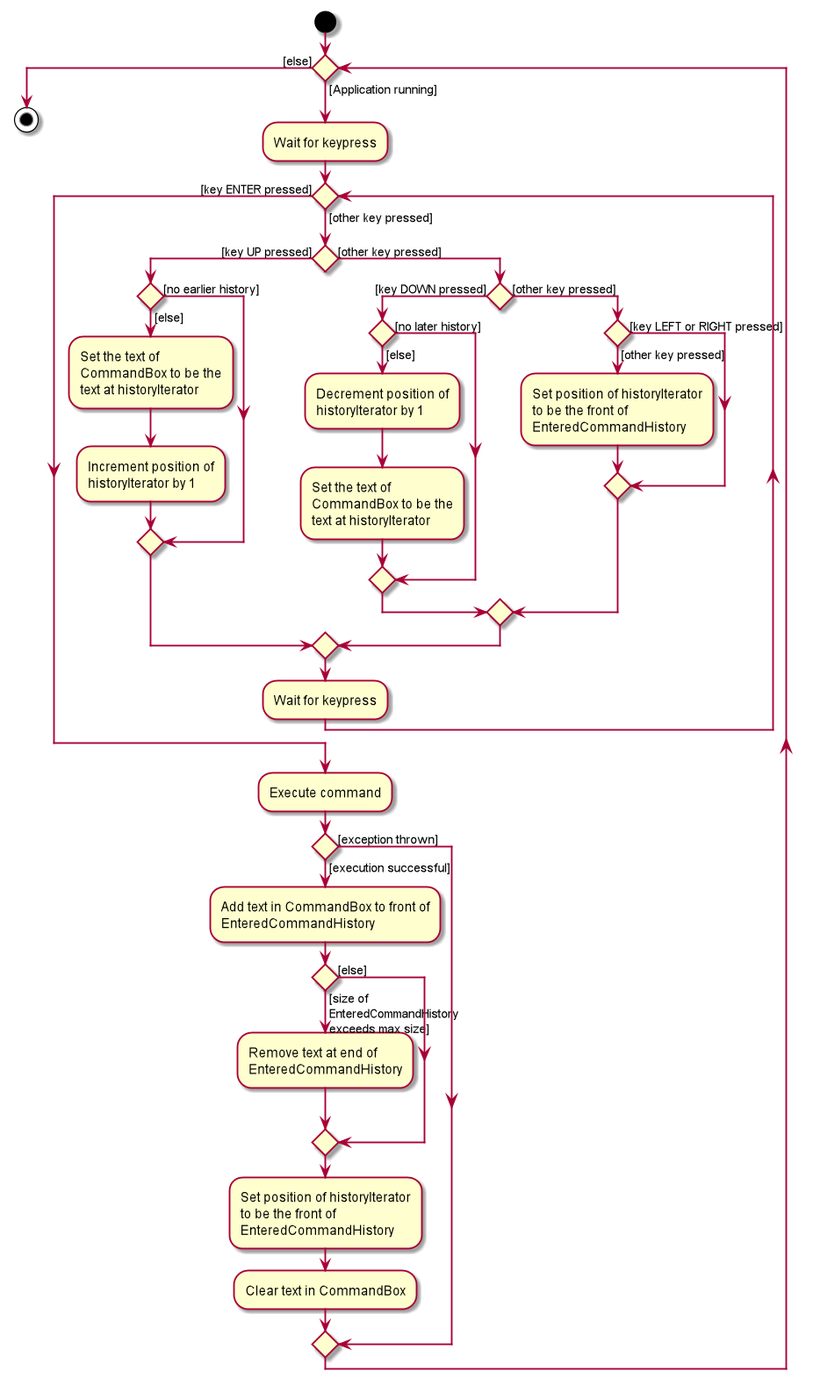
AY1920S2-CS2103T-F10-2/main keeps this PlantUML diagram as images/CommandHistoryActivityDiagram.png. Above is the earlier version.
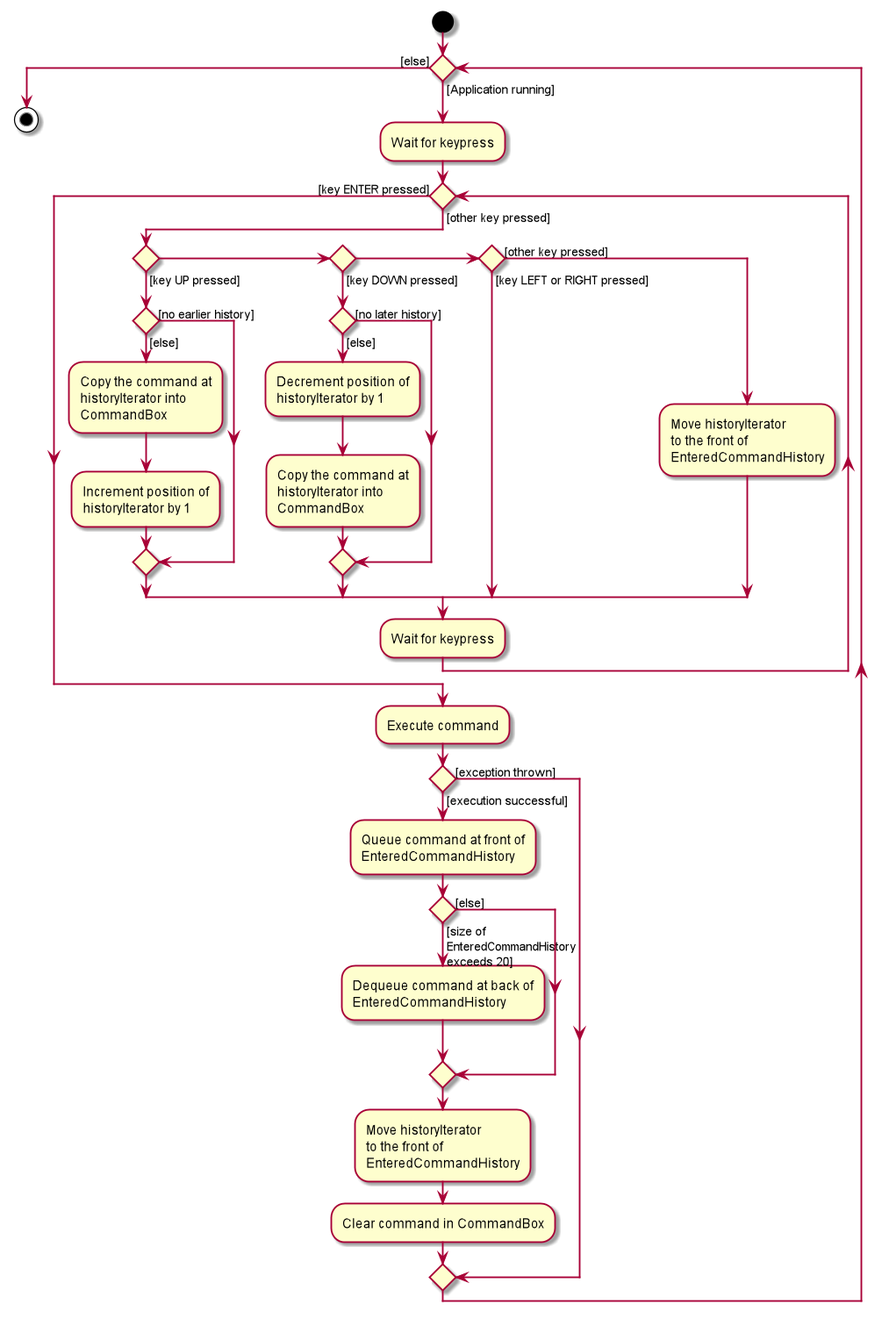
The same file after the commit.

Change to the diagram source:
```diff
@@ -8,50 +8,48 @@
         if () then ([key UP pressed])
             if () then ([no earlier history])
             else ([else])
-                :Set the text of
-                CommandBox to be the
-                text at historyIterator;
+                :Copy the command at
+                historyIterator into
+                CommandBox;
                 :Increment position of
                 historyIterator by 1;
             endif
-        else ([other key pressed])
 
-        if () then ([key DOWN pressed])
+        else if () then ([key DOWN pressed])
             if () then ([no later history])
             else ([else])
                 :Decrement position of
                 historyIterator by 1;
-                :Set the text of
-                CommandBox to be the
-                text at historyIterator;
+                :Copy the command at
+                historyIterator into
+                CommandBox;
             endif
+
+        else if () then ([key LEFT or RIGHT pressed])
         else ([other key pressed])
-
-        if () then ([key LEFT or RIGHT pressed])
-        else ([other key pressed])
-            :Set position of historyIterator
-            to be the front of
+            :Move historyIterator
+            to the front of
             EnteredCommandHistory;
 
-        endif
-        endif
         endif
     :Wait for keypress;
     endwhile ([key ENTER pressed])
 
   :Execute command;
   if () then ([execution successful])
-      :Add text in CommandBox to front of
+      :Queue command at front of
       EnteredCommandHistory;
-      if () then ([size of \nEnteredCommandHistory\nexceeds max size])
-      :Remove text at end of
+
+      if () then ([size of \nEnteredCommandHistory\nexceeds 20])
+      :Dequeue command at back of
       EnteredCommandHistory;
       else ([else])
       endif
-      :Set position of historyIterator
-      to be the front of
+
+      :Move historyIterator
+      to the front of
       EnteredCommandHistory;
-      :Clear text in CommandBox;
+      :Clear command in CommandBox;
   else ([exception thrown])
   endif
 endwhile ([else])
```
